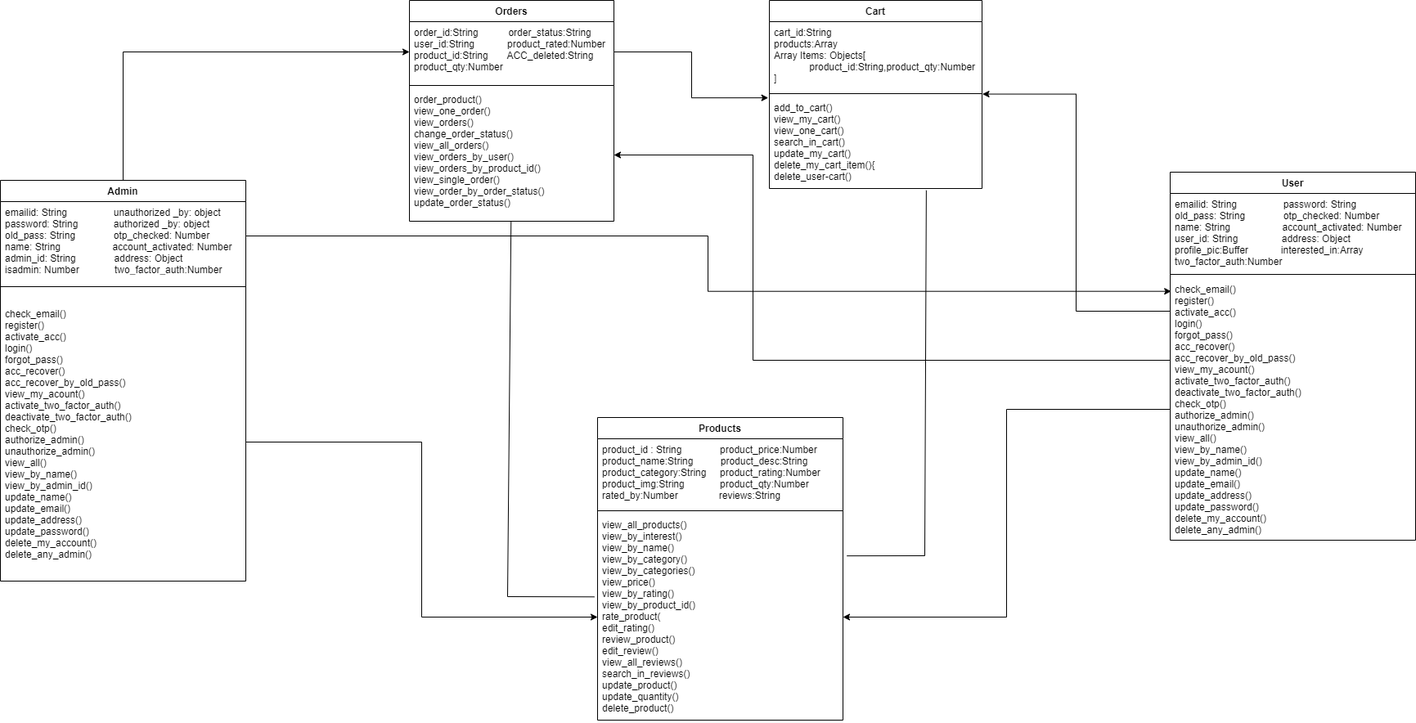
The draw.io diagram Class Diagram/class_diagram.png in mohitleo03/Software-Engineering-Project-Management, before a commit. Source tidied: cells renumbered, new cells last; positions are measured from the earlier drawing's top-left corner, leaving out a move shared by most shapes.
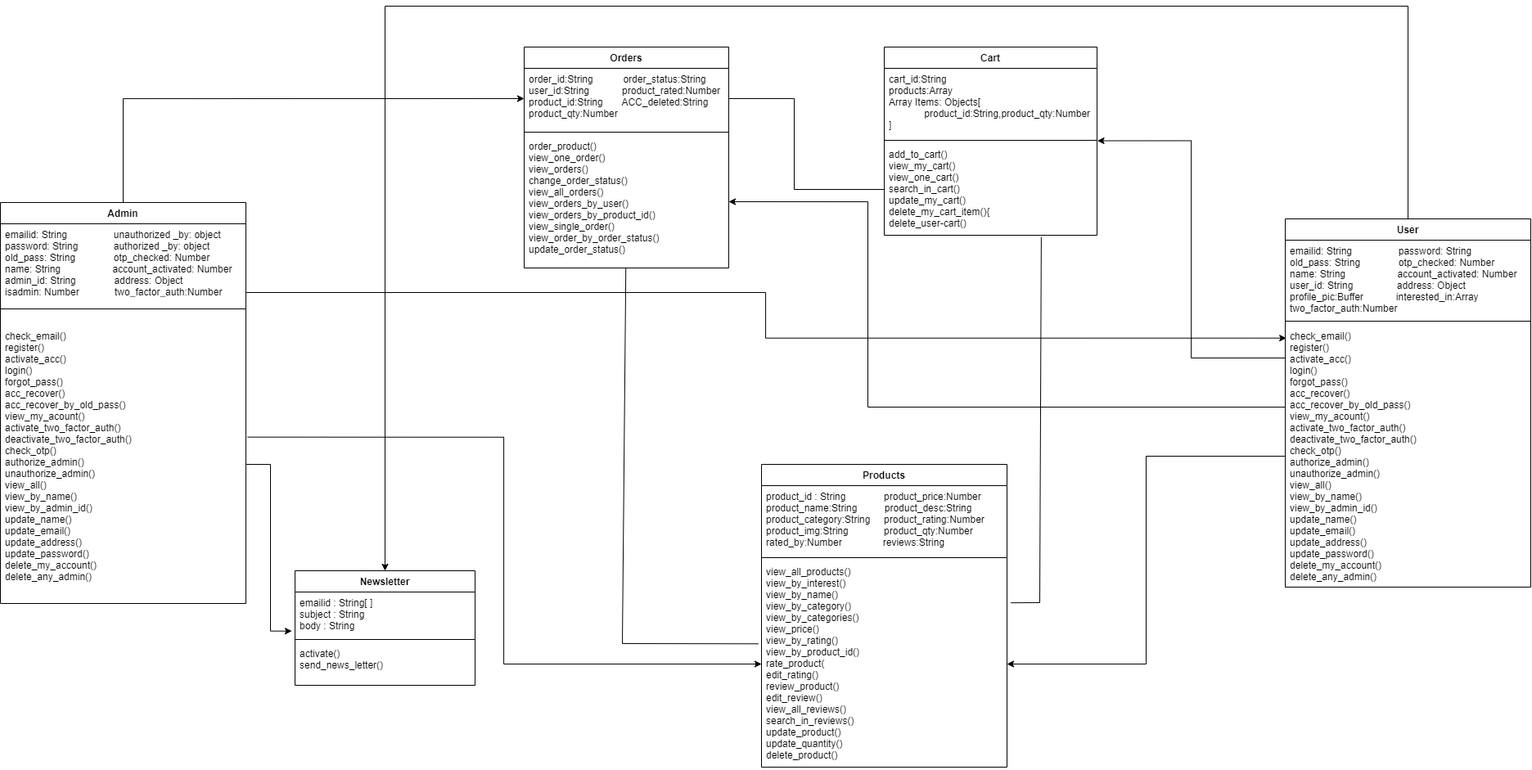
The same diagram one commit later.

Diff of the diagram source:
```diff
@@ -3,7 +3,7 @@
     <mxCell id="0" />
     <mxCell id="1" parent="0" />
     <mxCell id="2" value="Products" style="swimlane;fontStyle=1;align=center;verticalAlign=top;horizontal=1;startSize=26;" parent="1" vertex="1">
-      <mxGeometry x="730" y="510" width="300" height="370" as="geometry" />
+      <mxGeometry x="790" y="510" width="300" height="370" as="geometry" />
     </mxCell>
     <mxCell id="3" value="product_id : String              product_price:Number&#10;product_name:String          product_desc:String&#10;product_category:String     product_rating:Number&#10;product_img:String             product_qty:Number&#10;rated_by:Number               reviews:String&#10;&#10;" style="text;strokeColor=none;fillColor=none;align=left;verticalAlign=top;spacingLeft=4;spacingRight=4;overflow=hidden;" parent="2" vertex="1">
       <mxGeometry y="26" width="300" height="84" as="geometry" />
@@ -42,7 +42,7 @@
       <mxGeometry relative="1" as="geometry" />
     </mxCell>
     <mxCell id="15" value="Admin" style="swimlane;fontStyle=1;align=center;verticalAlign=top;horizontal=1;startSize=26;" parent="1" vertex="1">
-      <mxGeometry y="220" width="300" height="490" as="geometry" />
+      <mxGeometry x="-140" y="190" width="300" height="490" as="geometry" />
     </mxCell>
     <mxCell id="16" value="emailid: String                 unauthorized _by: object&#10;password: String             authorized _by: object&#10;old_pass: String              otp_checked: Number&#10;name: String                   account_activated: Number&#10;admin_id: String              address: Object&#10;isadmin: Number             two_factor_auth:Number&#10;                " style="text;strokeColor=none;fillColor=none;align=left;verticalAlign=top;spacingLeft=4;spacingRight=4;overflow=hidden;points=[[0,0.5],[1,0.5]];portConstraint=eastwest;" parent="15" vertex="1">
       <mxGeometry y="26" width="300" height="84" as="geometry" />
@@ -53,6 +53,14 @@
     <mxCell id="18" value="check_email()&#10;register()&#10;activate_acc()&#10;login()&#10;forgot_pass()&#10;acc_recover()&#10;acc_recover_by_old_pass()&#10;view_my_acount()&#10;activate_two_factor_auth()&#10;deactivate_two_factor_auth()&#10;check_otp()&#10;authorize_admin()&#10;unauthorize_admin()&#10;view_all()&#10;view_by_name()&#10;view_by_admin_id()&#10;update_name()&#10;update_email()&#10;update_address()&#10;update_password()&#10;delete_my_account()&#10;delete_any_admin()" style="text;strokeColor=none;fillColor=none;align=left;verticalAlign=top;spacingLeft=4;spacingRight=4;overflow=hidden;points=[[0,0.5],[1,0.5]];portConstraint=eastwest;" parent="15" vertex="1">
       <mxGeometry y="150" width="300" height="340" as="geometry" />
     </mxCell>
+    <mxCell id="31" style="edgeStyle=orthogonalEdgeStyle;rounded=0;jettySize=auto;html=1;exitX=0.5;exitY=0;exitDx=0;exitDy=0;entryX=0.5;entryY=0;entryDx=0;entryDy=0;" parent="1" edge="1" source="19" target="32">
+      <mxGeometry relative="1" as="geometry">
+        <Array as="points">
+          <mxPoint x="1580" y="-50" />
+          <mxPoint x="330" y="-50" />
+        </Array>
+      </mxGeometry>
+    </mxCell>
     <mxCell id="19" value="User" style="swimlane;fontStyle=1;align=center;verticalAlign=top;horizontal=1;startSize=26;" parent="1" vertex="1">
       <mxGeometry x="1430" y="210" width="300" height="450" as="geometry" />
     </mxCell>
@@ -86,9 +94,6 @@
     <mxCell id="25" style="edgeStyle=orthogonalEdgeStyle;rounded=0;jettySize=auto;html=1;exitX=0;exitY=0.5;exitDx=0;exitDy=0;entryX=1;entryY=0.5;entryDx=0;entryDy=0;" parent="1" edge="1" source="22" target="5">
       <mxGeometry relative="1" as="geometry" />
     </mxCell>
-    <mxCell id="26" style="edgeStyle=orthogonalEdgeStyle;rounded=0;jettySize=auto;html=1;exitX=1;exitY=0.5;exitDx=0;exitDy=0;entryX=-0.005;entryY=0.01;entryDx=0;entryDy=0;entryPerimeter=0;" parent="1" edge="1" source="11" target="9">
-      <mxGeometry relative="1" as="geometry" />
-    </mxCell>
     <mxCell id="27" style="endArrow=none;html=1;rounded=0;entryX=0.738;entryY=1.02;entryDx=0;entryDy=0;entryPerimeter=0;exitX=1.016;exitY=0.203;exitDx=0;exitDy=0;exitPerimeter=0;" parent="1" edge="1" source="5" target="9">
       <mxGeometry relative="1" as="geometry">
         <Array as="points">
@@ -103,11 +108,40 @@
         </Array>
       </mxGeometry>
     </mxCell>
-    <mxCell id="29" style="edgeStyle=orthogonalEdgeStyle;rounded=0;jettySize=auto;html=1;exitX=1;exitY=0.5;exitDx=0;exitDy=0;entryX=0;entryY=0.5;entryDx=0;entryDy=0;" parent="1" edge="1" source="18" target="5">
+    <mxCell id="29" style="edgeStyle=orthogonalEdgeStyle;rounded=0;jettySize=auto;html=1;exitX=1.007;exitY=0.402;exitDx=0;exitDy=0;entryX=0;entryY=0.5;entryDx=0;entryDy=0;exitPerimeter=0;" parent="1" edge="1" source="18" target="5">
       <mxGeometry relative="1" as="geometry" />
     </mxCell>
     <mxCell id="30" style="edgeStyle=orthogonalEdgeStyle;rounded=0;jettySize=auto;html=1;exitX=1;exitY=0.5;exitDx=0;exitDy=0;entryX=0.004;entryY=0.049;entryDx=0;entryDy=0;entryPerimeter=0;" parent="1" edge="1" source="16" target="22">
-      <mxGeometry relative="1" as="geometry" />
+      <mxGeometry relative="1" as="geometry">
+        <Array as="points">
+          <mxPoint x="160" y="300" />
+          <mxPoint x="795" y="300" />
+          <mxPoint x="795" y="356" />
+        </Array>
+      </mxGeometry>
     </mxCell>
+    <mxCell id="32" value="Newsletter" style="swimlane;fontStyle=1;align=center;verticalAlign=top;horizontal=1;startSize=26;" parent="1" vertex="1">
+      <mxGeometry x="220" y="640" width="220" height="140" as="geometry" />
+    </mxCell>
+    <mxCell id="33" value="emailid : String[ ]&#10;subject : String&#10;body : String" style="text;strokeColor=none;fillColor=none;align=left;verticalAlign=top;spacingLeft=4;spacingRight=4;overflow=hidden;points=[[0,0.5],[1,0.5]];portConstraint=eastwest;" parent="32" vertex="1">
+      <mxGeometry y="26" width="220" height="54" as="geometry" />
+    </mxCell>
+    <mxCell id="34" style="line;strokeWidth=1;fillColor=none;align=left;verticalAlign=middle;spacingTop=-1;spacingLeft=3;spacingRight=3;labelPosition=right;" parent="32" vertex="1">
+      <mxGeometry y="80" width="220" height="8" as="geometry" />
+    </mxCell>
+    <mxCell id="35" value="activate()&#10;send_news_letter()&#10;" style="text;strokeColor=none;fillColor=none;align=left;verticalAlign=top;spacingLeft=4;spacingRight=4;overflow=hidden;" parent="32" vertex="1">
+      <mxGeometry y="88" width="220" height="52" as="geometry" />
+    </mxCell>
+    <mxCell id="36" style="edgeStyle=orthogonalEdgeStyle;rounded=0;jettySize=auto;html=1;exitX=1;exitY=0.5;exitDx=0;exitDy=0;entryX=-0.018;entryY=0.884;entryDx=0;entryDy=0;entryPerimeter=0;" parent="1" edge="1" source="18" target="33">
+      <mxGeometry relative="1" as="geometry" />
+    </mxCell>
+    <mxCell id="26" style="endArrow=none;html=1;rounded=0;exitX=1;exitY=0.5;exitDx=0;exitDy=0;" parent="1" edge="1" source="11" target="9">
+      <mxGeometry relative="1" as="geometry">
+        <Array as="points">
+          <mxPoint x="830" y="63" />
+          <mxPoint x="830" y="174" />
+        </Array>
+      </mxGeometry>
+    </mxCell>
   </root>
 </mxGraphModel>
```
